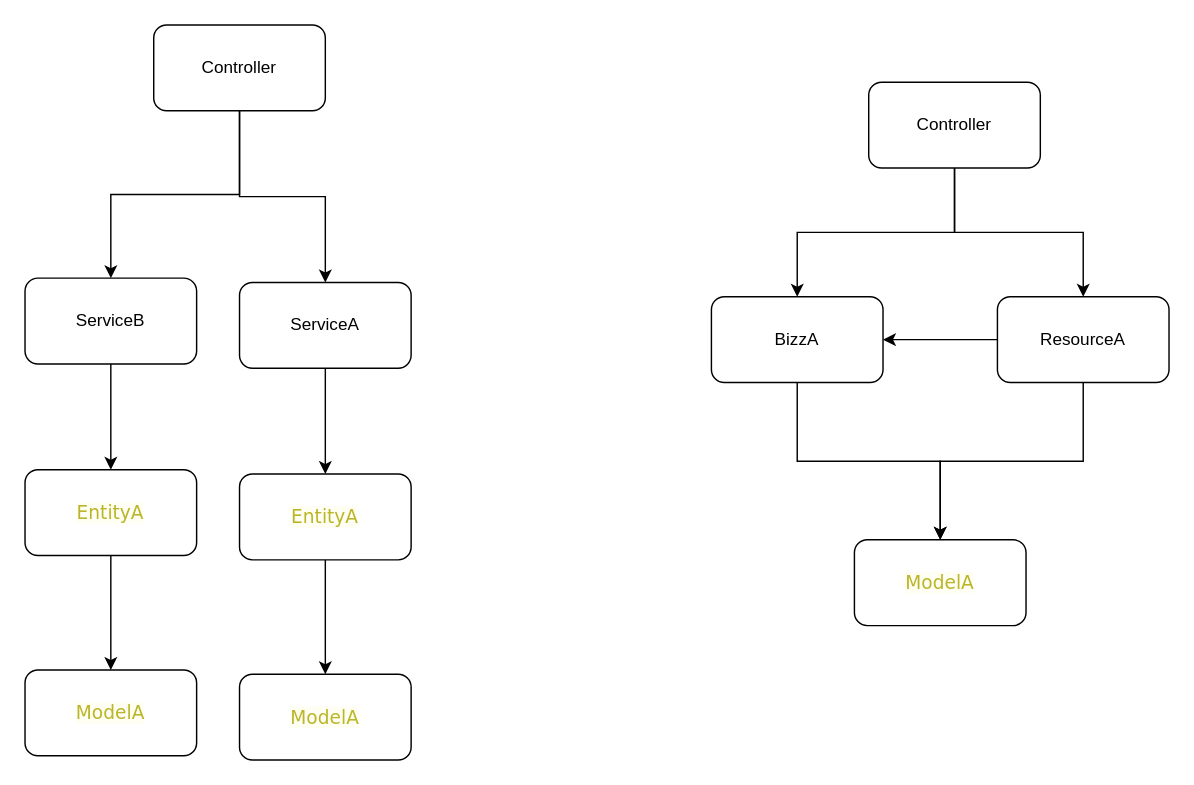
This is 架构设计.drawio from maclxf/ProjectDraw, a draw.io file, before an edit. Source tidied: cells renumbered, new cells numbered last; positions are measured from the earlier drawing's top-left corner, leaving out a move shared by most shapes. Both pictures are drawn from the tidied source at 143%, with x=0, y=0 at pixel (24, 24).
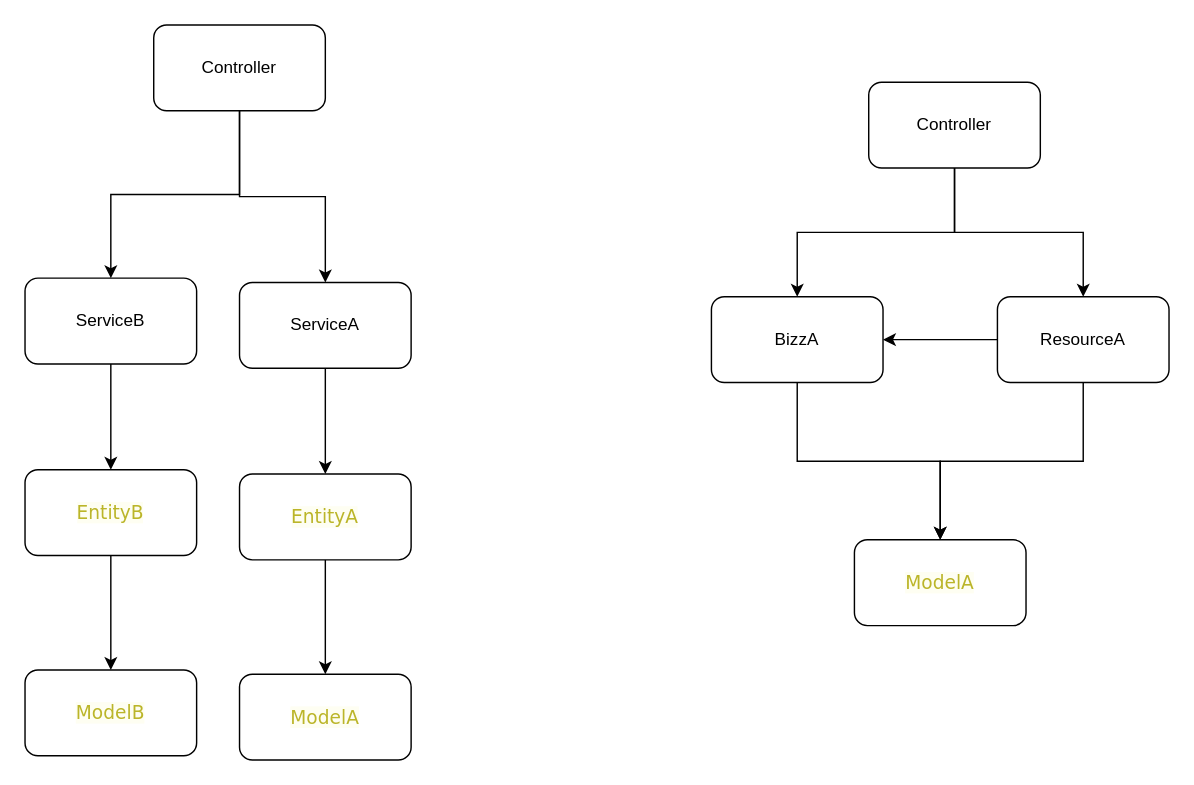
After the change.

The edit, as a diff of the source:
```diff
@@
-    <mxCell id="22" value="&lt;span style=&quot;color: rgb(187 , 181 , 41) ; font-family: &amp;#34;verdana&amp;#34; , &amp;#34;arial&amp;#34; , &amp;#34;helvetica&amp;#34; , sans-serif ; font-size: 13px ; text-align: left ; background-color: rgb(254 , 254 , 242)&quot;&gt;EntityA&lt;/span&gt;" style="rounded=1;whiteSpace=wrap;html=1;" parent="1" vertex="1">
+    <mxCell id="22" value="&lt;span style=&quot;color: rgb(187 , 181 , 41) ; font-family: &amp;#34;verdana&amp;#34; , &amp;#34;arial&amp;#34; , &amp;#34;helvetica&amp;#34; , sans-serif ; font-size: 13px ; text-align: left ; background-color: rgb(254 , 254 , 242)&quot;&gt;EntityB&lt;/span&gt;" style="rounded=1;whiteSpace=wrap;html=1;" parent="1" vertex="1">
       <mxGeometry y="311" width="120" height="60" as="geometry" />
     </mxCell>
-    <mxCell id="23" value="&lt;span style=&quot;color: rgb(187 , 181 , 41) ; font-family: &amp;#34;verdana&amp;#34; , &amp;#34;arial&amp;#34; , &amp;#34;helvetica&amp;#34; , sans-serif ; font-size: 13px ; text-align: left ; background-color: rgb(254 , 254 , 242)&quot;&gt;ModelA&lt;/span&gt;" style="rounded=1;whiteSpace=wrap;html=1;" parent="1" vertex="1">
+    <mxCell id="23" value="&lt;span style=&quot;color: rgb(187 , 181 , 41) ; font-family: &amp;#34;verdana&amp;#34; , &amp;#34;arial&amp;#34; , &amp;#34;helvetica&amp;#34; , sans-serif ; font-size: 13px ; text-align: left ; background-color: rgb(254 , 254 , 242)&quot;&gt;ModelB&lt;/span&gt;" style="rounded=1;whiteSpace=wrap;html=1;" parent="1" vertex="1">
       <mxGeometry y="451" width="120" height="60" as="geometry" />
     </mxCell>
```
